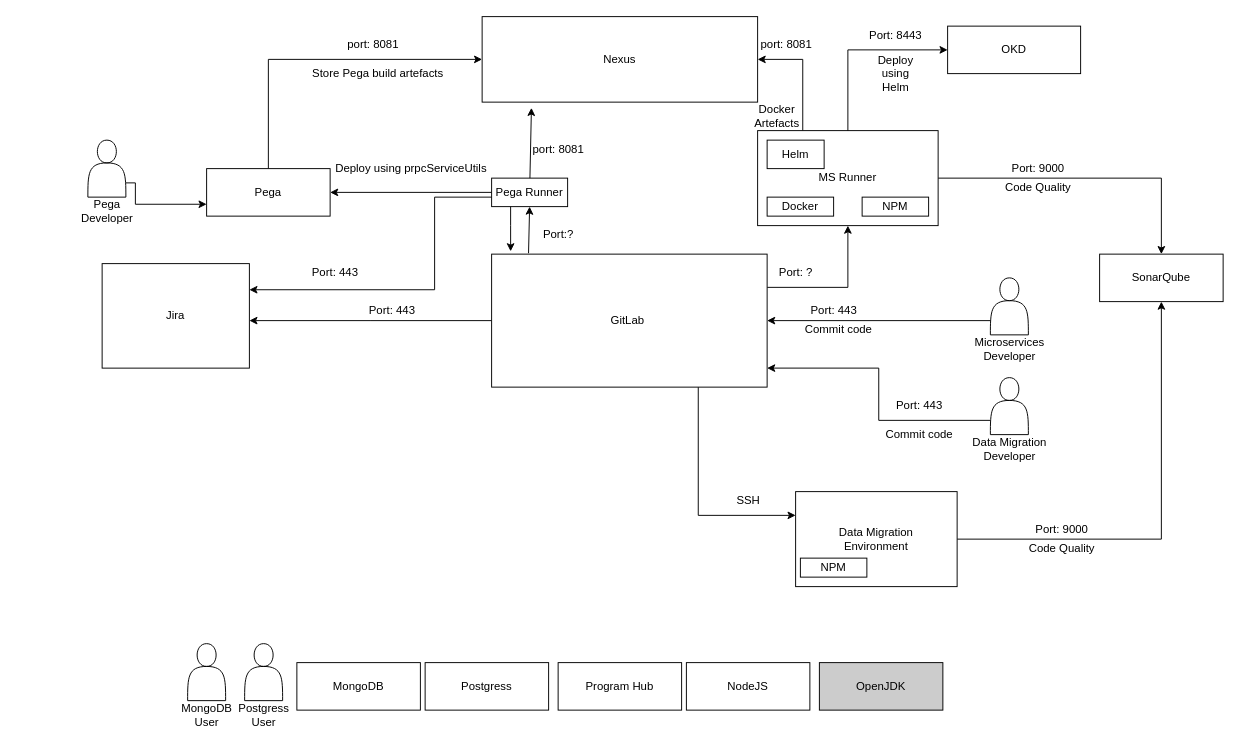
The draw.io diagram Untitled Diagram.drawio in thouseefkm/My-Dashboard, before the edit. Source tidied: cells renumbered, new cells numbered last; positions are measured from the earlier drawing's top-left corner, leaving out a move shared by most shapes. Both pictures are drawn from the tidied source at 95%, with x=0, y=0 at pixel (73, 16).
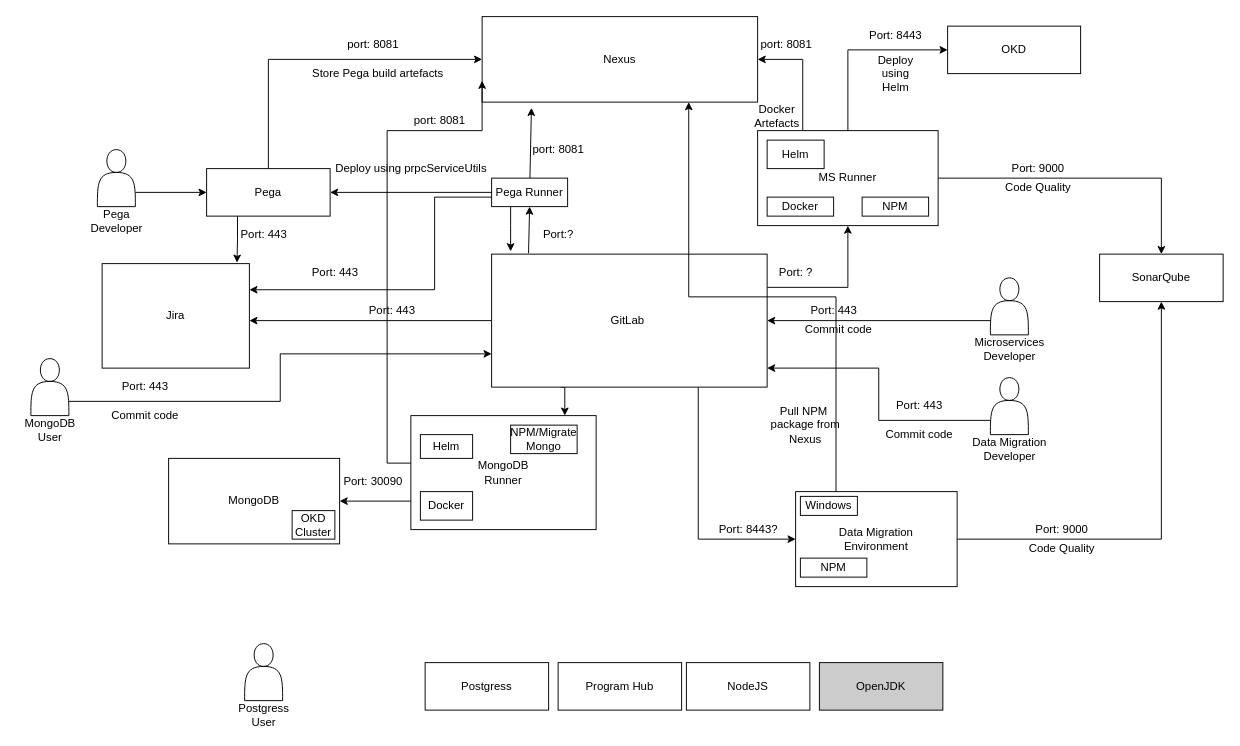
After the change.

Commit message:
Added MongDB and Data Migration

Unchanged cells that the change refers to:
```xml
<mxCell id="8" value="GitLab&amp;nbsp;" style="rounded=0;whiteSpace=wrap;html=1;" parent="1" vertex="1">
  <mxGeometry x="440" y="250" width="290" height="140" as="geometry" />
</mxCell>
<mxCell id="9" value="Nexus" style="rounded=0;whiteSpace=wrap;html=1;" parent="1" vertex="1">
  <mxGeometry x="430" width="290" height="90" as="geometry" />
</mxCell>
<mxCell id="16" value="Data Migration &lt;br&gt;Environment" style="rounded=0;whiteSpace=wrap;html=1;" parent="1" vertex="1">
  <mxGeometry x="760" y="500" width="170" height="100" as="geometry" />
</mxCell>
<mxCell id="27" value="Pega" style="rounded=0;whiteSpace=wrap;html=1;" parent="1" vertex="1">
  <mxGeometry x="140" y="160" width="130" height="50" as="geometry" />
</mxCell>
<mxCell id="31" value="Jira" style="rounded=0;whiteSpace=wrap;html=1;" parent="1" vertex="1">
  <mxGeometry x="30" y="260" width="155" height="110" as="geometry" />
</mxCell>
```

Change to the diagram source:
```diff
@@
-    <mxCell id="7" style="edgeStyle=orthogonalEdgeStyle;rounded=0;jettySize=auto;html=1;exitX=0.75;exitY=1;exitDx=0;exitDy=0;entryX=0;entryY=0.25;entryDx=0;entryDy=0;" parent="1" edge="1" source="8" target="16">
-      <mxGeometry relative="1" as="geometry" />
+    <mxCell id="7" style="edgeStyle=orthogonalEdgeStyle;rounded=0;jettySize=auto;html=1;exitX=0.75;exitY=1;exitDx=0;exitDy=0;entryX=0;entryY=0.5;entryDx=0;entryDy=0;" parent="1" edge="1" source="8" target="16">
+      <mxGeometry relative="1" as="geometry">
+        <Array as="points">
+          <mxPoint x="658" y="550" />
+        </Array>
+      </mxGeometry>
     </mxCell>
+    <mxCell id="67" style="edgeStyle=orthogonalEdgeStyle;rounded=0;jettySize=auto;html=1;exitX=0.25;exitY=1;exitDx=0;exitDy=0;entryX=0.831;entryY=0;entryDx=0;entryDy=0;entryPerimeter=0;" parent="1" edge="1" source="8" target="74">
+      <mxGeometry relative="1" as="geometry" />
+    </mxCell>
@@
+    <mxCell id="68" style="edgeStyle=orthogonalEdgeStyle;rounded=0;jettySize=auto;html=1;entryX=0;entryY=0.75;entryDx=0;entryDy=0;" parent="1" edge="1" source="74" target="9">
+      <mxGeometry relative="1" as="geometry">
+        <Array as="points">
+          <mxPoint x="330" y="470" />
+          <mxPoint x="330" y="120" />
+          <mxPoint x="430" y="120" />
+        </Array>
+      </mxGeometry>
+    </mxCell>
     <mxCell id="12" value="MongoDB" style="rounded=0;whiteSpace=wrap;html=1;" parent="1" vertex="1">
-      <mxGeometry x="235" y="680" width="130" height="50" as="geometry" />
+      <mxGeometry x="100" y="465" width="180" height="90" as="geometry" />
     </mxCell>
@@
+    <mxCell id="69" style="edgeStyle=orthogonalEdgeStyle;rounded=0;jettySize=auto;html=1;exitX=0.25;exitY=0;exitDx=0;exitDy=0;entryX=0.75;entryY=1;entryDx=0;entryDy=0;" parent="1" edge="1" source="16" target="9">
+      <mxGeometry relative="1" as="geometry" />
+    </mxCell>
@@
+    <mxCell id="70" style="edgeStyle=orthogonalEdgeStyle;rounded=0;jettySize=auto;html=1;exitX=0.25;exitY=1;exitDx=0;exitDy=0;entryX=0.916;entryY=-0.009;entryDx=0;entryDy=0;entryPerimeter=0;" parent="1" edge="1" source="27" target="31">
+      <mxGeometry relative="1" as="geometry" />
+    </mxCell>
@@
-    <mxCell id="28" style="edgeStyle=orthogonalEdgeStyle;rounded=0;jettySize=auto;html=1;exitX=1;exitY=0.75;exitDx=0;exitDy=0;entryX=0;entryY=0.75;entryDx=0;entryDy=0;" parent="1" edge="1" source="29" target="27">
-      <mxGeometry relative="1" as="geometry">
-        <Array as="points">
-          <mxPoint x="65" y="198" />
-        </Array>
-      </mxGeometry>
+    <mxCell id="28" style="edgeStyle=orthogonalEdgeStyle;rounded=0;jettySize=auto;html=1;exitX=1;exitY=0.75;exitDx=0;exitDy=0;entryX=0;entryY=0.5;entryDx=0;entryDy=0;" parent="1" edge="1" source="29" target="27">
+      <mxGeometry relative="1" as="geometry" />
     </mxCell>
     <mxCell id="29" style="shape=actor;whiteSpace=wrap;html=1;" parent="1" vertex="1">
-      <mxGeometry x="15" y="130" width="40" height="60" as="geometry" />
+      <mxGeometry x="25" y="140" width="40" height="60" as="geometry" />
     </mxCell>
     <mxCell id="30" value="Pega &lt;br&gt;Developer" style="text;html=1;align=center;verticalAlign=middle;" parent="1" vertex="1">
-      <mxGeometry y="190" width="70" height="30" as="geometry" />
+      <mxGeometry x="10" y="200" width="70" height="30" as="geometry" />
     </mxCell>
@@
-    <mxCell id="62" value="SSH" style="text;html=1;align=center;verticalAlign=middle;" parent="1" vertex="1">
-      <mxGeometry x="690" y="500" width="40" height="20" as="geometry" />
-    </mxCell>
@@
+    <mxCell id="71" style="edgeStyle=orthogonalEdgeStyle;rounded=0;jettySize=auto;html=1;exitX=1;exitY=0.75;exitDx=0;exitDy=0;entryX=0;entryY=0.75;entryDx=0;entryDy=0;" parent="1" edge="1" source="65" target="8">
+      <mxGeometry relative="1" as="geometry" />
+    </mxCell>
     <mxCell id="65" style="shape=actor;whiteSpace=wrap;html=1;" parent="1" vertex="1">
-      <mxGeometry x="120" y="660" width="40" height="60" as="geometry" />
+      <mxGeometry x="-45" y="360" width="40" height="60" as="geometry" />
     </mxCell>
     <mxCell id="66" value="MongoDB &lt;br&gt;User" style="text;html=1;align=center;verticalAlign=middle;" parent="1" vertex="1">
-      <mxGeometry x="105" y="720" width="70" height="30" as="geometry" />
+      <mxGeometry x="-60" y="420" width="70" height="30" as="geometry" />
     </mxCell>
+    <mxCell id="72" value="Port: 443" style="text;html=1;align=center;verticalAlign=middle;" parent="1" vertex="1">
+      <mxGeometry x="170" y="220" width="60" height="20" as="geometry" />
+    </mxCell>
+    <mxCell id="73" style="edgeStyle=orthogonalEdgeStyle;rounded=0;jettySize=auto;html=1;exitX=0;exitY=0.75;exitDx=0;exitDy=0;" parent="1" edge="1" source="74" target="12">
+      <mxGeometry relative="1" as="geometry" />
+    </mxCell>
+    <mxCell id="74" value="MongoDB &lt;br&gt;Runner" style="rounded=0;whiteSpace=wrap;html=1;" parent="1" vertex="1">
+      <mxGeometry x="355" y="420" width="195" height="120" as="geometry" />
+    </mxCell>
+    <mxCell id="75" value="OKD Cluster" style="rounded=0;whiteSpace=wrap;html=1;" parent="1" vertex="1">
+      <mxGeometry x="230" y="520" width="45" height="30" as="geometry" />
+    </mxCell>
+    <mxCell id="76" value="Docker" style="rounded=0;whiteSpace=wrap;html=1;" parent="1" vertex="1">
+      <mxGeometry x="365" y="500" width="55" height="30" as="geometry" />
+    </mxCell>
+    <mxCell id="77" value="Helm" style="rounded=0;whiteSpace=wrap;html=1;" parent="1" vertex="1">
+      <mxGeometry x="365" y="440" width="55" height="25" as="geometry" />
+    </mxCell>
+    <mxCell id="78" value="NPM/Migrate Mongo" style="rounded=0;whiteSpace=wrap;html=1;" parent="1" vertex="1">
+      <mxGeometry x="460" y="430" width="70" height="30" as="geometry" />
+    </mxCell>
+    <mxCell id="79" value="Port: 30090" style="text;html=1;align=center;verticalAlign=middle;" parent="1" vertex="1">
+      <mxGeometry x="275" y="480" width="80" height="20" as="geometry" />
+    </mxCell>
+    <mxCell id="80" value="port: 8081" style="text;html=1;align=center;verticalAlign=middle;" parent="1" vertex="1">
+      <mxGeometry x="350" y="100" width="70" height="20" as="geometry" />
+    </mxCell>
+    <mxCell id="81" value="Port: 443" style="text;html=1;align=center;verticalAlign=middle;" parent="1" vertex="1">
+      <mxGeometry x="45" y="380" width="60" height="20" as="geometry" />
+    </mxCell>
+    <mxCell id="82" value="Commit code" style="text;html=1;align=center;verticalAlign=middle;" parent="1" vertex="1">
+      <mxGeometry x="30" y="410" width="90" height="20" as="geometry" />
+    </mxCell>
+    <mxCell id="83" value="Windows" style="rounded=0;whiteSpace=wrap;html=1;" parent="1" vertex="1">
+      <mxGeometry x="765" y="505" width="60" height="20" as="geometry" />
+    </mxCell>
+    <mxCell id="84" value="Port: 8443?" style="text;html=1;align=center;verticalAlign=middle;" parent="1" vertex="1">
+      <mxGeometry x="670" y="530" width="80" height="20" as="geometry" />
+    </mxCell>
+    <mxCell id="85" value="Pull NPM&amp;nbsp;&lt;br&gt;package from &lt;br&gt;Nexus" style="text;html=1;align=center;verticalAlign=middle;" parent="1" vertex="1">
+      <mxGeometry x="725" y="405" width="90" height="50" as="geometry" />
+    </mxCell>
```
